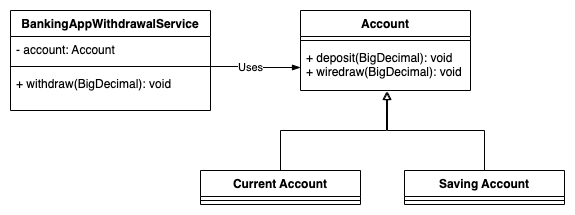
Before: diagrams/lsp-before.png, a diagram exported from draw.io (mauriciogeneroso/solid-principles). Source tidied: cells renumbered, new cells last; positions are measured from the earlier drawing's top-left corner, leaving out a move shared by most shapes.
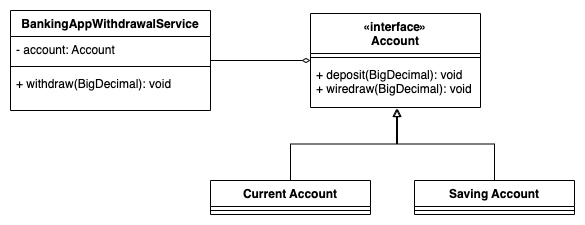
After the commit.

Change to the diagram source:
```diff
@@ -2,14 +2,14 @@
   <root>
     <mxCell id="0" />
     <mxCell id="1" parent="0" />
-    <mxCell id="2" value="Account" style="swimlane;fontStyle=1;align=center;verticalAlign=top;horizontal=1;startSize=26;" parent="1" vertex="1">
-      <mxGeometry x="290" width="170" height="80" as="geometry" />
+    <mxCell id="2" value="«interface»&#10;Account" style="swimlane;fontStyle=1;align=center;verticalAlign=top;horizontal=1;startSize=40;" parent="1" vertex="1">
+      <mxGeometry x="290" y="-7" width="170" height="94" as="geometry" />
     </mxCell>
     <mxCell id="3" style="line;strokeWidth=1;fillColor=none;align=left;verticalAlign=middle;spacingTop=-1;spacingLeft=3;spacingRight=3;labelPosition=right;" parent="2" vertex="1">
-      <mxGeometry y="26" width="170" height="8" as="geometry" />
+      <mxGeometry y="40" width="170" height="8" as="geometry" />
     </mxCell>
     <mxCell id="4" value="+ deposit(BigDecimal): void&#10;+ wiredraw(BigDecimal): void" style="text;strokeColor=none;fillColor=none;align=left;verticalAlign=top;spacingLeft=4;spacingRight=4;overflow=hidden;points=[[0,0.5],[1,0.5]];portConstraint=eastwest;" parent="2" vertex="1">
-      <mxGeometry y="34" width="170" height="46" as="geometry" />
+      <mxGeometry y="48" width="170" height="46" as="geometry" />
     </mxCell>
     <mxCell id="5" style="edgeStyle=orthogonalEdgeStyle;rounded=0;jettySize=auto;html=1;entryX=0.506;entryY=1.022;entryDx=0;entryDy=0;entryPerimeter=0;strokeColor=default;endArrow=block;endFill=0;" parent="1" edge="1" source="6" target="4">
       <mxGeometry relative="1" as="geometry" />
@@ -29,8 +29,11 @@
     <mxCell id="10" style="line;strokeWidth=1;fillColor=none;align=left;verticalAlign=middle;spacingTop=-1;spacingLeft=3;spacingRight=3;labelPosition=right;" parent="9" vertex="1">
       <mxGeometry y="26" width="160" height="8" as="geometry" />
     </mxCell>
+    <mxCell id="17" style="edgeStyle=orthogonalEdgeStyle;rounded=0;jettySize=auto;html=1;endArrow=diamondThin;endFill=0;" parent="1" edge="1" source="11" target="2">
+      <mxGeometry relative="1" as="geometry" />
+    </mxCell>
     <mxCell id="11" value="BankingAppWithdrawalService" style="swimlane;fontStyle=1;align=center;verticalAlign=top;horizontal=1;startSize=26;" parent="1" vertex="1">
-      <mxGeometry width="200" height="100" as="geometry" />
+      <mxGeometry x="-10" y="-10" width="200" height="100" as="geometry" />
     </mxCell>
     <mxCell id="12" value="- account: Account" style="text;strokeColor=none;fillColor=none;align=left;verticalAlign=top;spacingLeft=4;spacingRight=4;overflow=hidden;" parent="11" vertex="1">
       <mxGeometry y="26" width="200" height="26" as="geometry" />
@@ -41,11 +44,5 @@
     <mxCell id="14" value="+ withdraw(BigDecimal): void" style="text;strokeColor=none;fillColor=none;align=left;verticalAlign=top;spacingLeft=4;spacingRight=4;overflow=hidden;" parent="11" vertex="1">
       <mxGeometry y="60" width="200" height="40" as="geometry" />
     </mxCell>
-    <mxCell id="15" style="edgeStyle=orthogonalEdgeStyle;rounded=0;jettySize=auto;html=1;entryX=0;entryY=0.5;entryDx=0;entryDy=0;endArrow=blockThin;endFill=1;strokeColor=default;" parent="1" edge="1" source="13" target="4">
-      <mxGeometry relative="1" as="geometry" />
-    </mxCell>
-    <mxCell id="16" value="Uses" style="edgeLabel;html=1;align=center;verticalAlign=middle;" parent="15" vertex="1">
-      <mxGeometry x="-0.14" relative="1" as="geometry" />
-    </mxCell>
   </root>
 </mxGraphModel>
```
